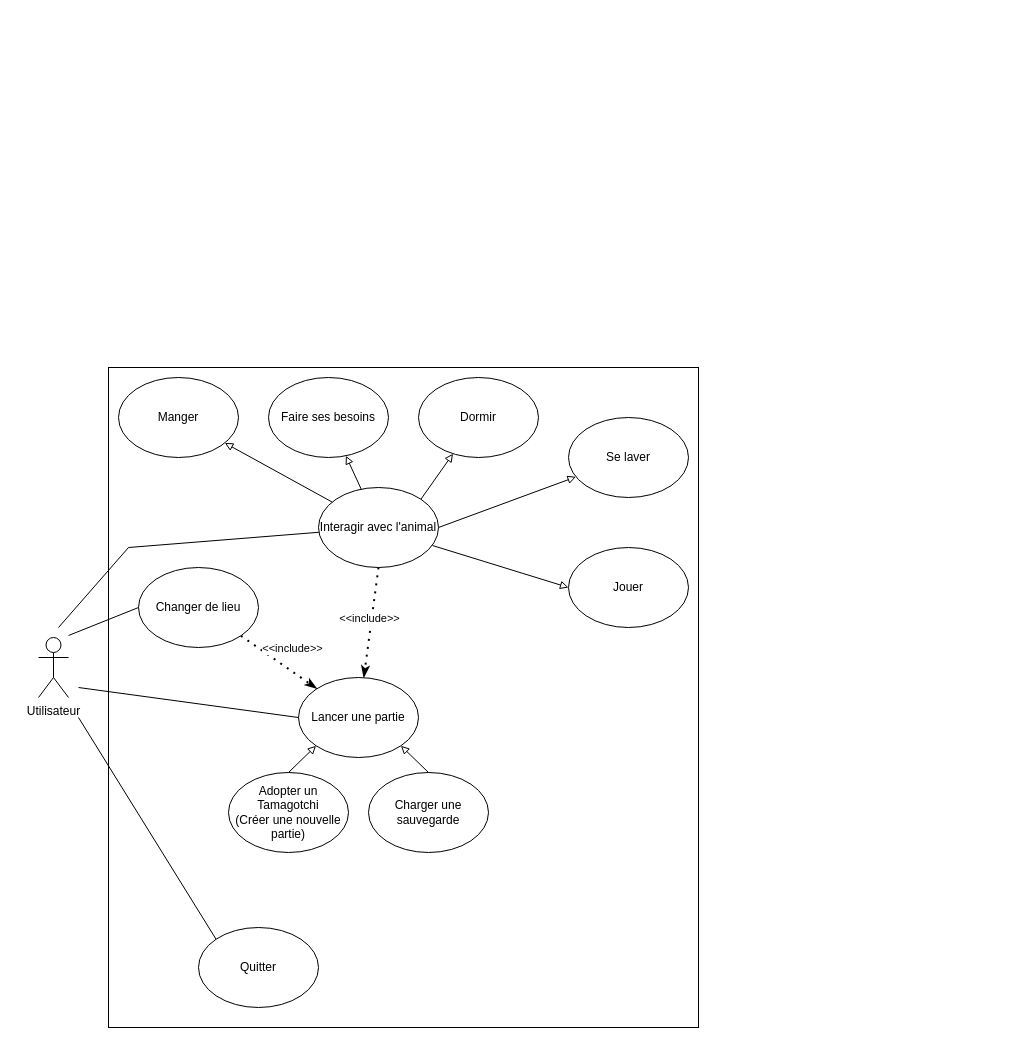
Lunki51/tamagotchi keeps this draw.io diagram as documents/Diagramme_de_cas_utilisation.drawio. Above is the earlier version. Source tidied: cells renumbered, new cells numbered last; positions are measured from the earlier drawing's top-left corner, leaving out a move shared by most shapes. Both pictures are drawn from the tidied source at 100%, with x=0, y=0 at pixel (38, 367).
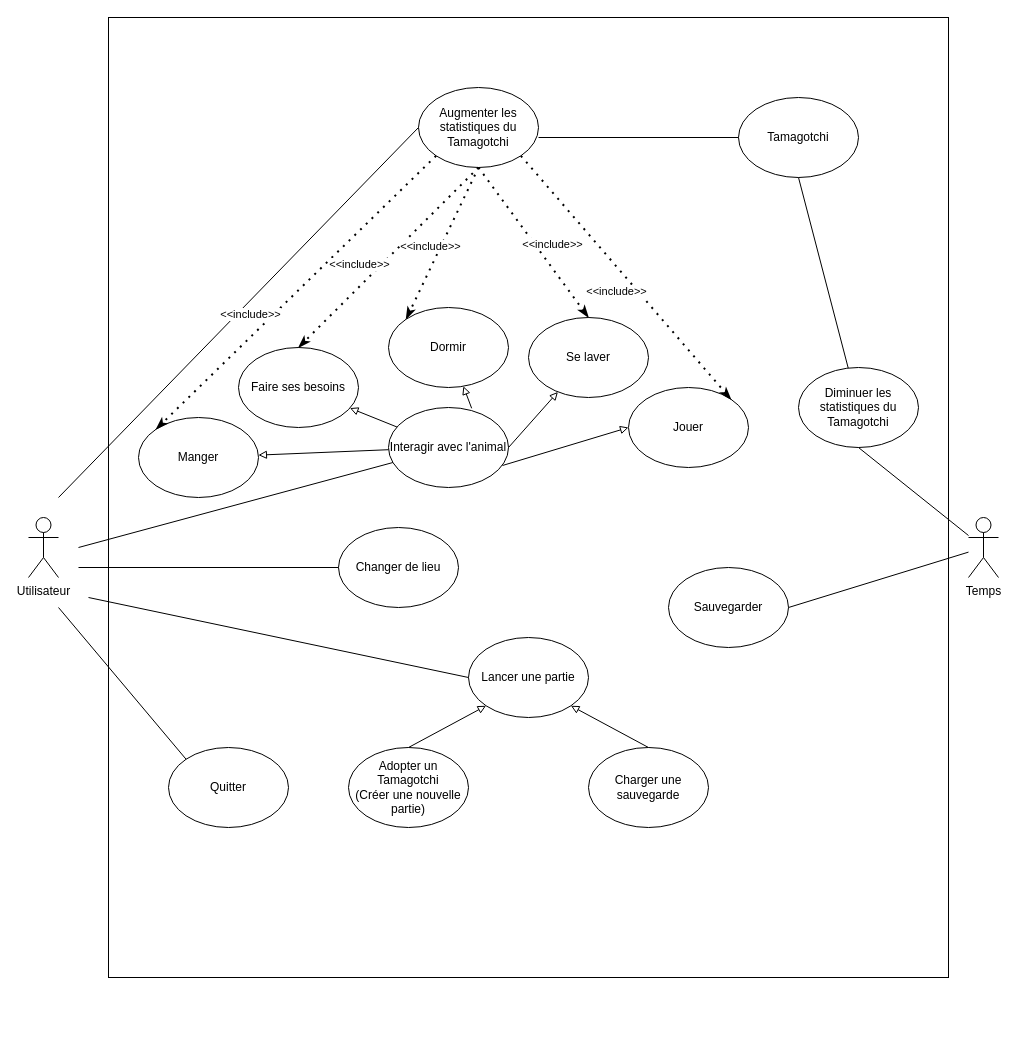
The same diagram, later.

Commit message (it also covers changes not shown here):
Ajout du diagramme de cas d'utilisation final

Change to the diagram source:
```diff
@@
     <mxCell id="2" style="rounded=0;whiteSpace=wrap;html=1;" parent="1" vertex="1">
-      <mxGeometry x="70" width="590" height="660" as="geometry" />
+      <mxGeometry x="70" y="-350" width="840" height="960" as="geometry" />
     </mxCell>
     <mxCell id="3" value="Utilisateur" style="shape=umlActor;verticalLabelPosition=bottom;verticalAlign=top;html=1;" parent="1" vertex="1">
-      <mxGeometry y="270" width="30" height="60" as="geometry" />
+      <mxGeometry x="-10" y="150" width="30" height="60" as="geometry" />
     </mxCell>
     <mxCell id="4" value="Changer de lieu" style="ellipse;whiteSpace=wrap;html=1;" parent="1" vertex="1">
-      <mxGeometry x="100" y="200" width="120" height="80" as="geometry" />
+      <mxGeometry x="300" y="160" width="120" height="80" as="geometry" />
     </mxCell>
     <mxCell id="5" value="Interagir avec l'animal" style="ellipse;whiteSpace=wrap;html=1;" parent="1" vertex="1">
-      <mxGeometry x="280" y="120" width="120" height="80" as="geometry" />
+      <mxGeometry x="350" y="40" width="120" height="80" as="geometry" />
     </mxCell>
     <mxCell id="6" value="Jouer" style="ellipse;whiteSpace=wrap;html=1;" parent="1" vertex="1">
-      <mxGeometry x="530" y="180" width="120" height="80" as="geometry" />
+      <mxGeometry x="590" y="20" width="120" height="80" as="geometry" />
     </mxCell>
     <mxCell id="7" value="Manger" style="ellipse;whiteSpace=wrap;html=1;" parent="1" vertex="1">
-      <mxGeometry x="80" y="10" width="120" height="80" as="geometry" />
+      <mxGeometry x="100" y="50" width="120" height="80" as="geometry" />
     </mxCell>
-    <mxCell id="8" value="Dormir" style="ellipse;whiteSpace=wrap;html=1;" parent="1" vertex="1">
-      <mxGeometry x="380" y="10" width="120" height="80" as="geometry" />
-    </mxCell>
     <mxCell id="9" value="Se laver" style="ellipse;whiteSpace=wrap;html=1;" parent="1" vertex="1">
-      <mxGeometry x="530" y="50" width="120" height="80" as="geometry" />
+      <mxGeometry x="490" y="-50" width="120" height="80" as="geometry" />
     </mxCell>
     <mxCell id="10" value="Faire ses besoins" style="ellipse;whiteSpace=wrap;html=1;" parent="1" vertex="1">
-      <mxGeometry x="230" y="10" width="120" height="80" as="geometry" />
+      <mxGeometry x="200" y="-20" width="120" height="80" as="geometry" />
     </mxCell>
@@
     <mxCell id="12" value="Charger une sauvegarde" style="ellipse;whiteSpace=wrap;html=1;" parent="1" vertex="1">
-      <mxGeometry x="330" y="405" width="120" height="80" as="geometry" />
+      <mxGeometry x="550" y="380" width="120" height="80" as="geometry" />
     </mxCell>
     <mxCell id="13" value="&lt;div&gt;Adopter un Tamagotchi&lt;/div&gt;&lt;div&gt;(Créer une nouvelle partie)&lt;br&gt;&lt;/div&gt;" style="ellipse;whiteSpace=wrap;html=1;" parent="1" vertex="1">
-      <mxGeometry x="190" y="405" width="120" height="80" as="geometry" />
+      <mxGeometry x="310" y="380" width="120" height="80" as="geometry" />
     </mxCell>
     <mxCell id="14" value="Quitter" style="ellipse;whiteSpace=wrap;html=1;" parent="1" vertex="1">
-      <mxGeometry x="160" y="560" width="120" height="80" as="geometry" />
+      <mxGeometry x="130" y="380" width="120" height="80" as="geometry" />
     </mxCell>
@@
-    <mxCell id="17" style="endArrow=block;html=1;endFill=0;exitX=1;exitY=0;exitDx=0;exitDy=0;" parent="1" edge="1" source="5" target="8">
+    <mxCell id="17" style="endArrow=block;html=1;endFill=0;exitX=0.693;exitY=0.01;exitDx=0;exitDy=0;exitPerimeter=0;" parent="1" edge="1" source="5" target="8">
       <mxGeometry relative="1" as="geometry" />
     </mxCell>
@@
     <mxCell id="19" style="endArrow=none;html=1;entryX=0;entryY=0;entryDx=0;entryDy=0;" parent="1" edge="1" target="14">
       <mxGeometry relative="1" as="geometry">
-        <mxPoint x="40" y="350" as="sourcePoint" />
+        <mxPoint x="20" y="240" as="sourcePoint" />
       </mxGeometry>
     </mxCell>
     <mxCell id="20" style="endArrow=none;html=1;entryX=0;entryY=0.5;entryDx=0;entryDy=0;" parent="1" edge="1" target="4">
       <mxGeometry relative="1" as="geometry">
-        <mxPoint x="30" y="268" as="sourcePoint" />
+        <mxPoint x="40" y="200" as="sourcePoint" />
       </mxGeometry>
     </mxCell>
     <mxCell id="21" style="endArrow=none;html=1;strokeWidth=1;rounded=0;" parent="1" edge="1" target="5">
       <mxGeometry relative="1" as="geometry">
-        <mxPoint x="20" y="260" as="sourcePoint" />
-        <Array as="points">
-          <mxPoint x="90" y="180" />
-        </Array>
+        <mxPoint x="40" y="180" as="sourcePoint" />
       </mxGeometry>
     </mxCell>
-    <mxCell id="22" style="endArrow=classicThin;dashed=1;html=1;dashPattern=1 3;strokeWidth=2;exitX=0.5;exitY=1;exitDx=0;exitDy=0;endFill=1;" parent="1" edge="1" source="5" target="26">
-      <mxGeometry relative="1" as="geometry" />
-    </mxCell>
-    <mxCell id="23" value="&amp;lt;&amp;lt;include&amp;gt;&amp;gt;" style="edgeLabel;html=1;align=center;verticalAlign=middle;" parent="22" vertex="1">
-      <mxGeometry x="0.33" relative="1" as="geometry">
-        <mxPoint y="-23" as="offset" />
-      </mxGeometry>
-    </mxCell>
-    <mxCell id="24" style="endArrow=classicThin;dashed=1;html=1;dashPattern=1 3;strokeWidth=2;exitX=1;exitY=1;exitDx=0;exitDy=0;endFill=1;" parent="1" edge="1" source="4" target="26">
-      <mxGeometry relative="1" as="geometry" />
-    </mxCell>
-    <mxCell id="25" value="&amp;lt;&amp;lt;include&amp;gt;&amp;gt;" style="edgeLabel;html=1;align=center;verticalAlign=middle;" parent="24" vertex="1">
-      <mxGeometry x="0.33" relative="1" as="geometry">
-        <mxPoint y="-23" as="offset" />
-      </mxGeometry>
-    </mxCell>
     <mxCell id="26" value="Lancer une partie" style="ellipse;whiteSpace=wrap;html=1;" parent="1" vertex="1">
-      <mxGeometry x="260" y="310" width="120" height="80" as="geometry" />
+      <mxGeometry x="430" y="270" width="120" height="80" as="geometry" />
     </mxCell>
     <mxCell id="27" style="endArrow=none;html=1;exitX=0;exitY=0.5;exitDx=0;exitDy=0;" parent="1" edge="1" source="26">
       <mxGeometry relative="1" as="geometry">
-        <mxPoint x="40" y="320" as="targetPoint" />
+        <mxPoint x="50" y="230" as="targetPoint" />
       </mxGeometry>
     </mxCell>
@@
+    <mxCell id="30" value="Temps" style="shape=umlActor;verticalLabelPosition=bottom;verticalAlign=top;html=1;outlineConnect=0;" parent="1" vertex="1">
+      <mxGeometry x="930" y="150" width="30" height="60" as="geometry" />
+    </mxCell>
+    <mxCell id="31" value="Augmenter les statistiques du Tamagotchi" style="ellipse;whiteSpace=wrap;html=1;" parent="1" vertex="1">
+      <mxGeometry x="380" y="-280" width="120" height="80" as="geometry" />
+    </mxCell>
+    <mxCell id="32" value="Sauvegarder" style="ellipse;whiteSpace=wrap;html=1;" parent="1" vertex="1">
+      <mxGeometry x="630" y="200" width="120" height="80" as="geometry" />
+    </mxCell>
+    <mxCell id="33" style="endArrow=none;html=1;exitX=1;exitY=0.5;exitDx=0;exitDy=0;" parent="1" edge="1" source="32" target="30">
+      <mxGeometry relative="1" as="geometry" />
+    </mxCell>
+    <mxCell id="34" value="Diminuer les statistiques du Tamagotchi" style="ellipse;whiteSpace=wrap;html=1;" parent="1" vertex="1">
+      <mxGeometry x="760" width="120" height="80" as="geometry" />
+    </mxCell>
+    <mxCell id="35" style="endArrow=none;html=1;exitX=0.5;exitY=1;exitDx=0;exitDy=0;" parent="1" edge="1" source="34" target="30">
+      <mxGeometry relative="1" as="geometry" />
+    </mxCell>
+    <mxCell id="36" style="endArrow=none;html=1;entryX=0;entryY=0.5;entryDx=0;entryDy=0;rounded=0;" parent="1" edge="1" target="31">
+      <mxGeometry relative="1" as="geometry">
+        <mxPoint x="20" y="130" as="sourcePoint" />
+      </mxGeometry>
+    </mxCell>
+    <mxCell id="37" style="endArrow=classicThin;dashed=1;html=1;dashPattern=1 3;strokeWidth=2;exitX=0;exitY=1;exitDx=0;exitDy=0;endFill=1;rounded=0;entryX=0;entryY=0;entryDx=0;entryDy=0;" parent="1" edge="1" source="31" target="7">
+      <mxGeometry relative="1" as="geometry" />
+    </mxCell>
+    <mxCell id="38" value="&amp;lt;&amp;lt;include&amp;gt;&amp;gt;" style="edgeLabel;html=1;align=center;verticalAlign=middle;" parent="37" vertex="1">
+      <mxGeometry x="0.33" relative="1" as="geometry">
+        <mxPoint y="-23" as="offset" />
+      </mxGeometry>
+    </mxCell>
+    <mxCell id="39" style="endArrow=classicThin;dashed=1;html=1;dashPattern=1 3;strokeWidth=2;exitX=0.5;exitY=1;exitDx=0;exitDy=0;endFill=1;rounded=0;entryX=0.5;entryY=0;entryDx=0;entryDy=0;" parent="1" edge="1" source="31" target="10">
+      <mxGeometry relative="1" as="geometry" />
+    </mxCell>
+    <mxCell id="40" value="&amp;lt;&amp;lt;include&amp;gt;&amp;gt;" style="edgeLabel;html=1;align=center;verticalAlign=middle;" parent="39" vertex="1">
+      <mxGeometry x="0.33" relative="1" as="geometry">
+        <mxPoint y="-23" as="offset" />
+      </mxGeometry>
+    </mxCell>
+    <mxCell id="41" style="endArrow=classicThin;dashed=1;html=1;dashPattern=1 3;strokeWidth=2;endFill=1;rounded=0;entryX=1;entryY=0;entryDx=0;entryDy=0;exitX=1;exitY=1;exitDx=0;exitDy=0;" parent="1" edge="1" source="31" target="6">
+      <mxGeometry relative="1" as="geometry" />
+    </mxCell>
+    <mxCell id="42" value="&amp;lt;&amp;lt;include&amp;gt;&amp;gt;" style="edgeLabel;html=1;align=center;verticalAlign=middle;" parent="41" vertex="1">
+      <mxGeometry x="0.33" relative="1" as="geometry">
+        <mxPoint x="-44.3" y="-27" as="offset" />
+      </mxGeometry>
+    </mxCell>
+    <mxCell id="43" style="endArrow=classicThin;dashed=1;html=1;dashPattern=1 3;strokeWidth=2;endFill=1;rounded=0;entryX=0;entryY=0;entryDx=0;entryDy=0;exitX=0.5;exitY=1;exitDx=0;exitDy=0;" parent="1" edge="1" source="31" target="8">
+      <mxGeometry relative="1" as="geometry" />
+    </mxCell>
+    <mxCell id="44" value="&amp;lt;&amp;lt;include&amp;gt;&amp;gt;" style="edgeLabel;html=1;align=center;verticalAlign=middle;" parent="43" vertex="1">
+      <mxGeometry x="0.33" relative="1" as="geometry">
+        <mxPoint y="-23" as="offset" />
+      </mxGeometry>
+    </mxCell>
+    <mxCell id="45" value="Tamagotchi" style="ellipse;whiteSpace=wrap;html=1;" parent="1" vertex="1">
+      <mxGeometry x="700" y="-270" width="120" height="80" as="geometry" />
+    </mxCell>
+    <mxCell id="46" style="endArrow=none;html=1;strokeWidth=1;rounded=0;entryX=0;entryY=0.5;entryDx=0;entryDy=0;" parent="1" edge="1" target="45">
+      <mxGeometry relative="1" as="geometry">
+        <mxPoint x="500" y="-230" as="sourcePoint" />
+      </mxGeometry>
+    </mxCell>
+    <mxCell id="47" style="endArrow=none;html=1;strokeWidth=1;rounded=0;entryX=0.5;entryY=1;entryDx=0;entryDy=0;" parent="1" edge="1" source="34" target="45">
+      <mxGeometry relative="1" as="geometry" />
+    </mxCell>
+    <mxCell id="8" value="Dormir" style="ellipse;whiteSpace=wrap;html=1;" parent="1" vertex="1">
+      <mxGeometry x="350" y="-60" width="120" height="80" as="geometry" />
+    </mxCell>
+    <mxCell id="48" style="endArrow=classicThin;dashed=1;html=1;dashPattern=1 3;strokeWidth=2;endFill=1;rounded=0;exitX=0.5;exitY=1;exitDx=0;exitDy=0;entryX=0.5;entryY=0;entryDx=0;entryDy=0;" parent="1" edge="1" source="31" target="9">
+      <mxGeometry relative="1" as="geometry" />
+    </mxCell>
+    <mxCell id="49" value="&amp;lt;&amp;lt;include&amp;gt;&amp;gt;" style="edgeLabel;html=1;align=center;verticalAlign=middle;" parent="48" vertex="1">
+      <mxGeometry x="0.33" relative="1" as="geometry">
+        <mxPoint y="-23" as="offset" />
+      </mxGeometry>
+    </mxCell>
```
